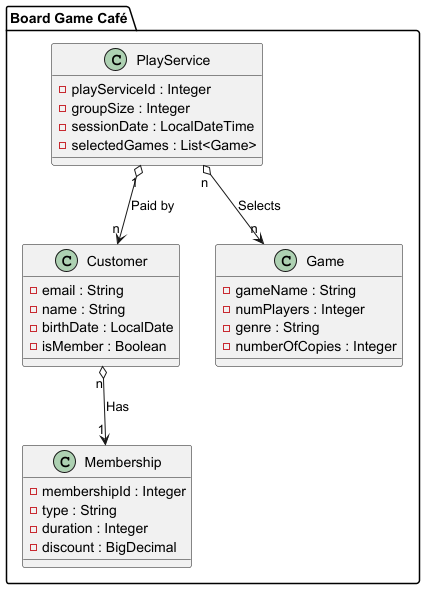
This is docs/boardgame-cafe.models.png from miw-upm/apaw-practice, a PlantUML export, as it was before one commit.
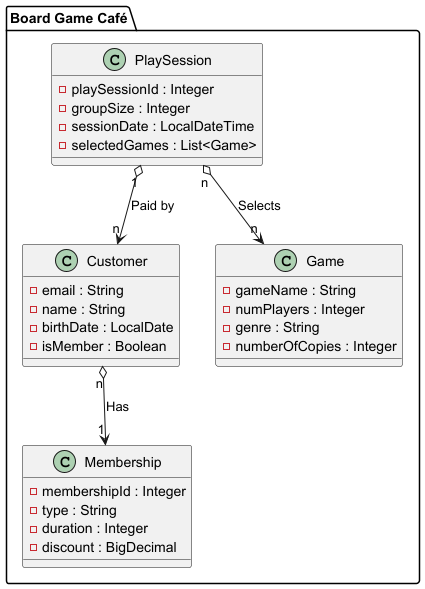
After the change.

Commit message:
update Model Boradgame Cafe #848

What changed in the source:
```diff
@@ -1,8 +1,8 @@
 @startuml
 package "Board Game Café" {
 
-class PlayService {
-    - playServiceId : Integer
+class PlaySession {
+    - playSessionId : Integer
     - groupSize : Integer
     - sessionDate : LocalDateTime
     - selectedGames : List<Game>
@@ -29,9 +29,9 @@
     - numberOfCopies : Integer
 }
 
-PlayService "1" o--> "n" Customer : "Paid by"
+PlaySession "1" o--> "n" Customer : "Paid by"
 Customer "n" o--> "1" Membership : "Has"
-PlayService "n" o--> "n" Game : "Selects"
+PlaySession "n" o--> "n" Game : "Selects"
 
 }
 
```
